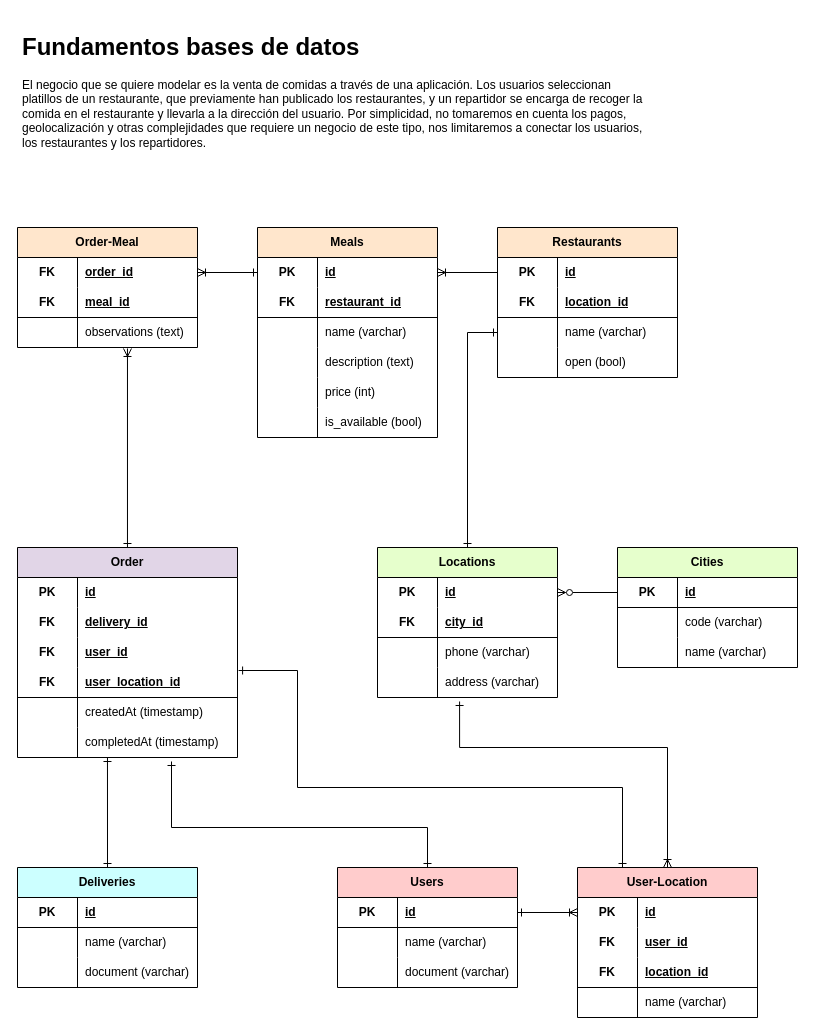
This is kaizenhub-homework-1.drawio from juansalleg/kaizenhub.db-fundamentals, a draw.io file, before an edit. Source tidied: cells renumbered, new cells numbered last; positions are measured from the earlier drawing's top-left corner, leaving out a move shared by most shapes. Both pictures are drawn from the tidied source at 100%, with x=0, y=0 at pixel (17, 27).
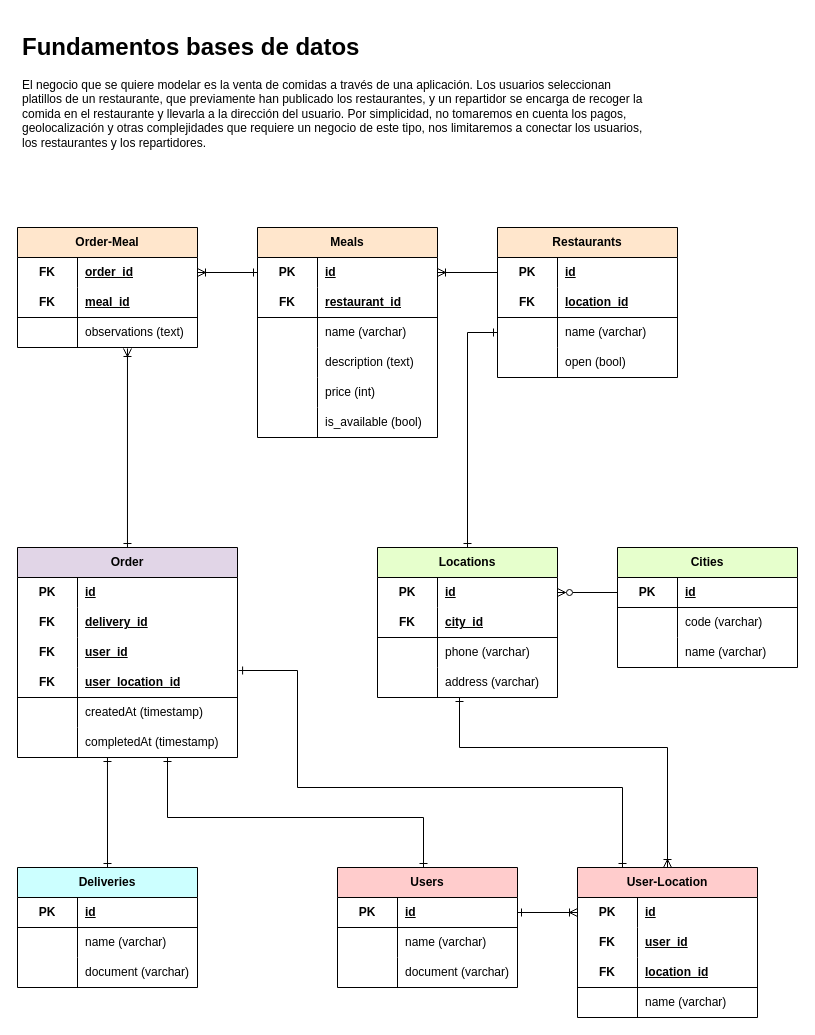
After the change.

The change refers to these unchanged cells:
```xml
<mxCell id="35" value="Users" style="shape=table;startSize=30;childLayout=tableLayout;rowLines=0;fontStyle=1;align=center;html=1;whiteSpace=wrap;fillColor=#FFCCCC;" parent="1" vertex="1">
  <mxGeometry x="320" y="840" width="180" height="120" as="geometry" />
</mxCell>
<mxCell id="65" style="shape=tableRow;horizontal=0;startSize=0;swimlaneHead=0;swimlaneBody=0;fillColor=none;points=[[0,0.5],[1,0.5]];portConstraint=eastwest;top=0;left=0;right=0;bottom=0;html=1;" parent="55" vertex="1">
  <mxGeometry y="120" width="180" height="30" as="geometry" />
</mxCell>
<mxCell id="79" value="User-Location" style="shape=table;startSize=30;childLayout=tableLayout;rowLines=0;fontStyle=1;align=center;html=1;whiteSpace=wrap;fillColor=#FFCCCC;" parent="1" vertex="1">
  <mxGeometry x="560" y="840" width="180" height="150" as="geometry" />
</mxCell>
<mxCell id="108" style="shape=tableRow;horizontal=0;startSize=0;swimlaneHead=0;swimlaneBody=0;fillColor=none;points=[[0,0.5],[1,0.5]];portConstraint=eastwest;top=0;left=0;right=0;bottom=0;html=1;" parent="92" vertex="1">
  <mxGeometry y="180" width="220" height="30" as="geometry" />
</mxCell>
```

The edit, as a diff of the source:
```diff
@@
-    <mxCell id="122" style="edgeStyle=orthogonalEdgeStyle;rounded=0;jettySize=auto;html=1;exitX=0.5;exitY=0;exitDx=0;exitDy=0;entryX=0.456;entryY=1.133;entryDx=0;entryDy=0;entryPerimeter=0;startArrow=ERoneToMany;startFill=0;endArrow=ERone;endFill=0;" parent="1" edge="1" source="79" target="65">
+    <mxCell id="122" style="edgeStyle=orthogonalEdgeStyle;rounded=0;jettySize=auto;html=1;exitX=0.5;exitY=0;exitDx=0;exitDy=0;startArrow=ERoneToMany;startFill=0;endArrow=ERone;endFill=0;" parent="1" edge="1" source="79">
       <mxGeometry relative="1" as="geometry">
+        <mxPoint x="442" y="670" as="targetPoint" />
         <Array as="points">
           <mxPoint x="650" y="720" />
           <mxPoint x="442" y="720" />
         </Array>
       </mxGeometry>
     </mxCell>
@@
-    <mxCell id="128" style="edgeStyle=orthogonalEdgeStyle;rounded=0;jettySize=auto;html=1;entryX=0.7;entryY=1.133;entryDx=0;entryDy=0;entryPerimeter=0;startArrow=ERone;startFill=0;endArrow=ERone;endFill=0;" parent="1" edge="1" source="35" target="108">
+    <mxCell id="128" style="edgeStyle=orthogonalEdgeStyle;rounded=0;orthogonalLoop=1;jettySize=auto;html=1;startArrow=ERone;startFill=0;endArrow=ERone;endFill=0;" parent="1" edge="1">
       <mxGeometry relative="1" as="geometry">
+        <mxPoint x="406" y="840" as="sourcePoint" />
+        <mxPoint x="150" y="730" as="targetPoint" />
         <Array as="points">
-          <mxPoint x="410" y="800" />
-          <mxPoint x="154" y="800" />
+          <mxPoint x="406" y="790" />
+          <mxPoint x="150" y="790" />
         </Array>
       </mxGeometry>
     </mxCell>
```
